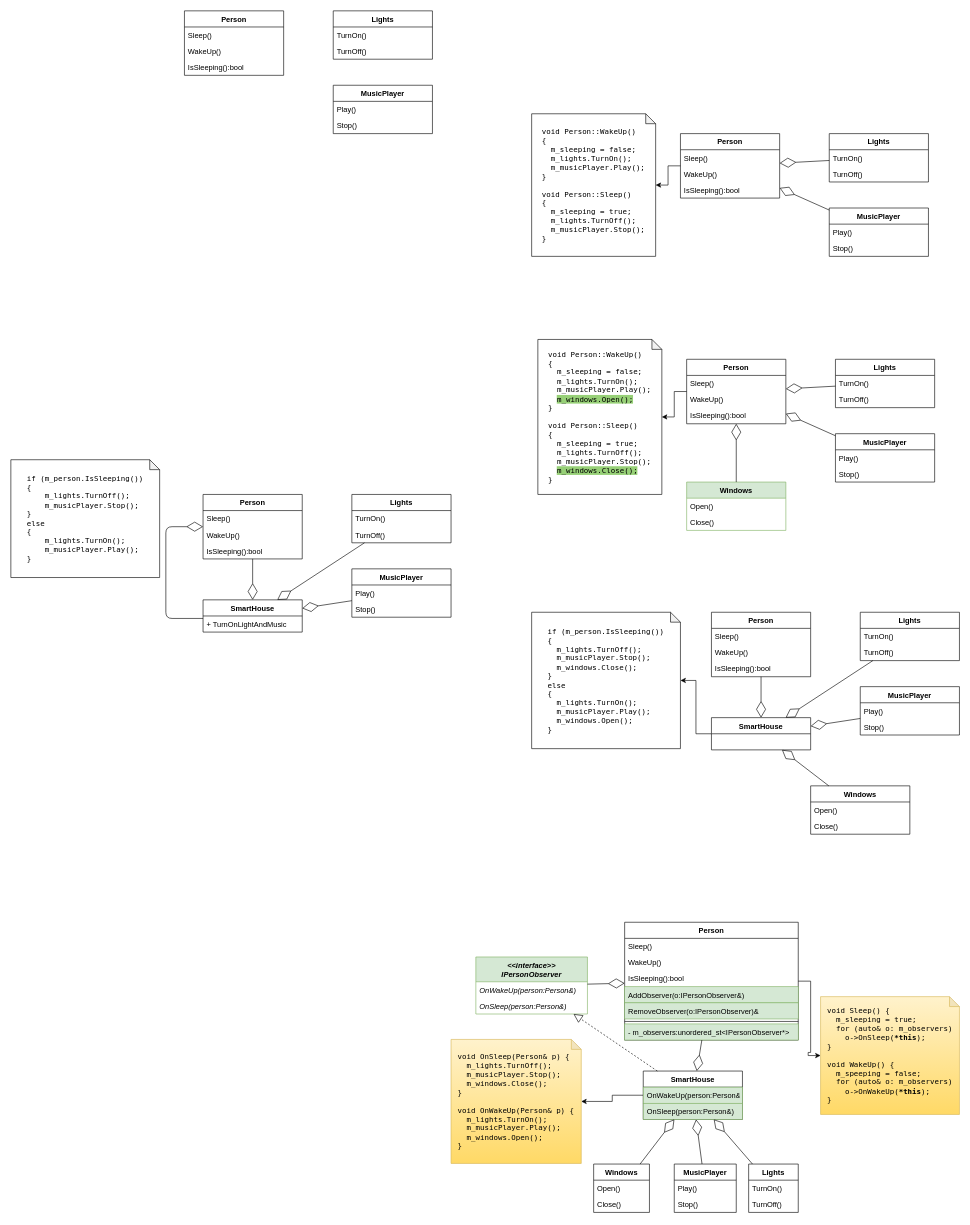
This is lectures/02.observer/person.drawio from alexey-malov/ood, a draw.io file, before an edit. Source tidied: cells renumbered, new cells numbered last; positions are measured from the earlier drawing's top-left corner, leaving out a move shared by most shapes. Both pictures are drawn from the tidied source at 62%, with x=0, y=0 at pixel (11, 11).
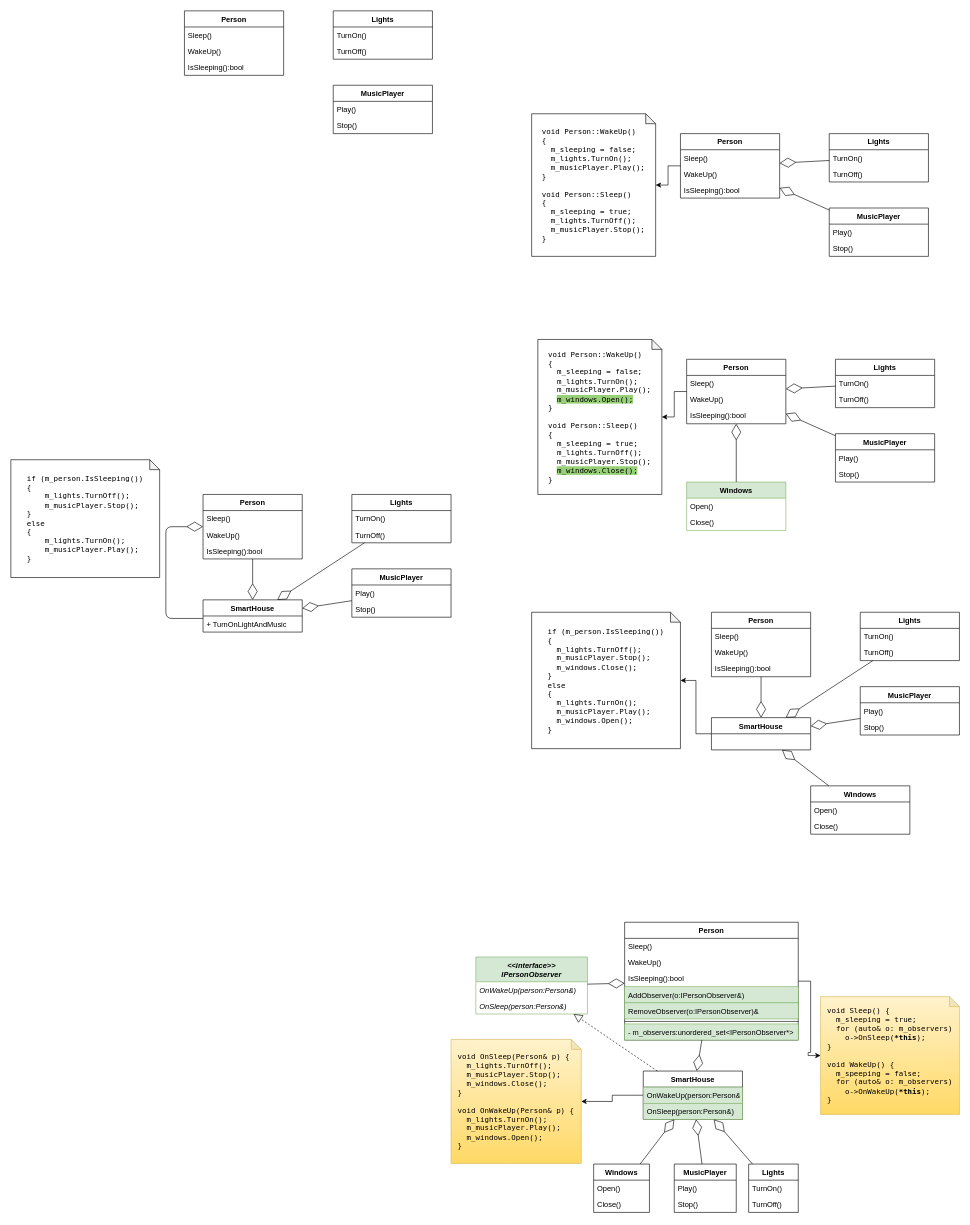
Above is the later version.

The change refers to these unchanged cells:
```xml
<mxCell id="87" value="Person" style="swimlane;fontStyle=1;align=center;verticalAlign=top;horizontal=1;startSize=26;" parent="1" vertex="1">
  <mxGeometry x="990" y="1470" width="280" height="190" as="geometry" />
</mxCell>
```

Diff of the diagram source:
```diff
@@
-    <mxCell id="94" value="- m_observers:unordered_st&amp;lt;IPersonObserver*&amp;gt;" style="text;strokeColor=#82b366;fillColor=#d5e8d4;align=left;verticalAlign=top;spacingLeft=4;spacingRight=4;overflow=hidden;whiteSpace=wrap;html=1;" parent="87" vertex="1">
+    <mxCell id="94" value="- m_observers:unordered_set&amp;lt;IPersonObserver*&amp;gt;" style="text;strokeColor=#82b366;fillColor=#d5e8d4;align=left;verticalAlign=top;spacingLeft=4;spacingRight=4;overflow=hidden;whiteSpace=wrap;html=1;" parent="87" vertex="1">
       <mxGeometry y="164" width="280" height="26" as="geometry" />
     </mxCell>
```
